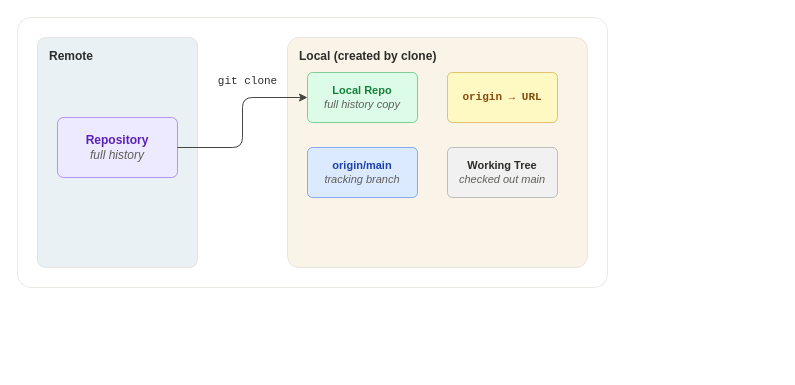
Earlier version of the draw.io diagram assets/drawio/git-remote-clone.drawio (braboj/tutorial-git). Source tidied: cells renumbered, new cells numbered last; positions are measured from the earlier drawing's top-left corner, leaving out a move shared by most shapes. Both pictures are drawn from the tidied source at 100%, with x=0, y=0 at pixel (17, 17).
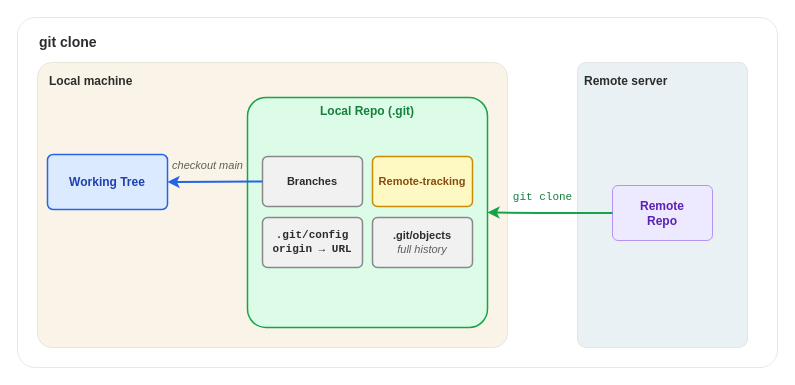
The same page after the edit.

Commit message (it also covers changes not shown here):
docs: rewrite Remote Repositories chapter with zoom-in diagrams

Change to the diagram source:
```diff
@@
 <mxGraphModel>
   <root>
     <mxCell id="0" />
     <mxCell id="1" parent="0" />
     <mxCell id="2" style="rounded=1;whiteSpace=wrap;html=1;fillColor=#FFFFFF;strokeColor=#D3D1C7;strokeWidth=0.5;shadow=0;arcSize=5;" parent="1" vertex="1">
-      <mxGeometry width="590" height="270" as="geometry" />
+      <mxGeometry width="760" height="350" as="geometry" />
     </mxCell>
+    <mxCell id="14" value="git clone" style="text;html=1;strokeColor=none;fillColor=none;align=left;verticalAlign=top;fontSize=14;fontStyle=1;fontColor=#2C2C2A;fontFamily=Helvetica;" parent="1" vertex="1">
+      <mxGeometry x="20" y="10" width="120" height="24" as="geometry" />
+    </mxCell>
+    <mxCell id="6" style="rounded=1;whiteSpace=wrap;html=1;fillColor=#FAF4E8;strokeColor=#D3D1C7;strokeWidth=0.5;shadow=0;arcSize=5;" parent="1" vertex="1">
+      <mxGeometry x="20" y="45" width="470" height="285" as="geometry" />
+    </mxCell>
+    <mxCell id="7" value="Local machine" style="text;html=1;strokeColor=none;fillColor=none;align=left;verticalAlign=top;fontSize=12;fontStyle=1;fontColor=#2C2C2A;fontFamily=Helvetica;" parent="1" vertex="1">
+      <mxGeometry x="30" y="50" width="240" height="20" as="geometry" />
+    </mxCell>
     <mxCell id="3" style="rounded=1;whiteSpace=wrap;html=1;fillColor=#EAF1F5;strokeColor=#D3D1C7;strokeWidth=0.5;shadow=0;arcSize=5;" parent="1" vertex="1">
-      <mxGeometry x="20" y="20" width="160" height="230" as="geometry" />
+      <mxGeometry x="560" y="45" width="170" height="285" as="geometry" />
     </mxCell>
-    <mxCell id="4" value="Remote" style="text;html=1;strokeColor=none;fillColor=none;align=left;verticalAlign=top;fontSize=12;fontStyle=1;fontColor=#2C2C2A;fontFamily=Helvetica;" parent="1" vertex="1">
-      <mxGeometry x="30" y="25" width="80" height="20" as="geometry" />
+    <mxCell id="4" value="Remote server" style="text;html=1;strokeColor=none;fillColor=none;align=left;verticalAlign=top;fontSize=12;fontStyle=1;fontColor=#2C2C2A;fontFamily=Helvetica;" parent="1" vertex="1">
+      <mxGeometry x="565" y="50" width="120" height="20" as="geometry" />
     </mxCell>
+    <mxCell id="11" value="Working Tree" style="rounded=1;whiteSpace=wrap;html=1;fillColor=#DBEAFE;strokeColor=#2563EB;strokeWidth=1.5;shadow=0;fontSize=12;fontStyle=1;fontColor=#1E40AF;fontFamily=Helvetica;verticalAlign=middle;align=center;arcSize=10;" parent="1" vertex="1">
+      <mxGeometry x="30" y="137" width="120" height="55" as="geometry" />
+    </mxCell>
+    <mxCell id="8" value="Local Repo (.git)" style="rounded=1;whiteSpace=wrap;html=1;fillColor=#DCFCE7;strokeColor=#16A34A;strokeWidth=1.5;shadow=0;fontSize=12;fontStyle=1;fontColor=#15803D;fontFamily=Helvetica;verticalAlign=top;align=center;arcSize=8;" parent="1" vertex="1">
+      <mxGeometry x="230" y="80" width="240" height="230" as="geometry" />
+    </mxCell>
+    <mxCell id="15" value="Branches" style="rounded=1;whiteSpace=wrap;html=1;fillColor=#F1F1F1;strokeColor=#888888;strokeWidth=1.5;shadow=0;fontSize=11;fontStyle=1;fontColor=#2C2C2A;fontFamily=Helvetica;verticalAlign=middle;align=center;arcSize=10;" parent="1" vertex="1">
+      <mxGeometry x="245" y="139" width="100" height="50" as="geometry" />
+    </mxCell>
+    <mxCell id="10" value="Remote-tracking" style="rounded=1;whiteSpace=wrap;html=1;fillColor=#FEF9C3;strokeColor=#CA8A04;strokeWidth=1.5;shadow=0;fontSize=11;fontStyle=1;fontColor=#854D0E;fontFamily=Helvetica;verticalAlign=middle;align=center;arcSize=10;" parent="1" vertex="1">
+      <mxGeometry x="355" y="139" width="100" height="50" as="geometry" />
+    </mxCell>
+    <mxCell id="9" value=".git/config&lt;br&gt;origin → URL" style="rounded=1;whiteSpace=wrap;html=1;fillColor=#F1F1F1;strokeColor=#888888;strokeWidth=1.5;shadow=0;fontSize=11;fontStyle=1;fontColor=#2C2C2A;fontFamily=Courier New;verticalAlign=middle;align=center;arcSize=10;" parent="1" vertex="1">
+      <mxGeometry x="245" y="200" width="100" height="50" as="geometry" />
+    </mxCell>
+    <mxCell id="16" value=".git/objects&lt;br&gt;&lt;i style=&quot;font-weight:normal;color:#5F5E5A&quot;&gt;full history&lt;/i&gt;" style="rounded=1;whiteSpace=wrap;html=1;fillColor=#F1F1F1;strokeColor=#888888;strokeWidth=1.5;shadow=0;fontSize=11;fontStyle=1;fontColor=#2C2C2A;fontFamily=Helvetica;verticalAlign=middle;align=center;arcSize=10;" parent="1" vertex="1">
+      <mxGeometry x="355" y="200" width="100" height="50" as="geometry" />
+    </mxCell>
-    <mxCell id="5" value="Repository&lt;br&gt;&lt;i style=&quot;font-weight:normal;color:#5F5E5A&quot;&gt;full history&lt;/i&gt;" style="rounded=1;whiteSpace=wrap;html=1;fillColor=#EDE9FE;strokeColor=#7C3AED;strokeWidth=0.5;shadow=0;fontSize=12;fontStyle=1;fontColor=#5B21B6;fontFamily=Helvetica;verticalAlign=middle;align=center;arcSize=10;" parent="1" vertex="1">
-      <mxGeometry x="40" y="100" width="120" height="60" as="geometry" />
+    <mxCell id="5" value="Remote&lt;br&gt;Repo" style="rounded=1;whiteSpace=wrap;html=1;fillColor=#EDE9FE;strokeColor=#7C3AED;strokeWidth=0.5;shadow=0;fontSize=12;fontStyle=1;fontColor=#5B21B6;fontFamily=Helvetica;verticalAlign=middle;align=center;arcSize=10;" parent="1" vertex="1">
+      <mxGeometry x="595" y="168" width="100" height="55" as="geometry" />
     </mxCell>
-    <mxCell id="6" style="rounded=1;whiteSpace=wrap;html=1;fillColor=#FAF4E8;strokeColor=#D3D1C7;strokeWidth=0.5;shadow=0;arcSize=5;" parent="1" vertex="1">
-      <mxGeometry x="270" y="20" width="300" height="230" as="geometry" />
-    </mxCell>
-    <mxCell id="7" value="Local (created by clone)" style="text;html=1;strokeColor=none;fillColor=none;align=left;verticalAlign=top;fontSize=12;fontStyle=1;fontColor=#2C2C2A;fontFamily=Helvetica;" parent="1" vertex="1">
-      <mxGeometry x="280" y="25" width="180" height="20" as="geometry" />
-    </mxCell>
-    <mxCell id="8" value="Local Repo&lt;br&gt;&lt;i style=&quot;font-weight:normal;color:#5F5E5A&quot;&gt;full history copy&lt;/i&gt;" style="rounded=1;whiteSpace=wrap;html=1;fillColor=#DCFCE7;strokeColor=#16A34A;strokeWidth=0.5;shadow=0;fontSize=11;fontStyle=1;fontColor=#15803D;fontFamily=Helvetica;verticalAlign=middle;align=center;arcSize=10;" parent="1" vertex="1">
-      <mxGeometry x="290" y="55" width="110" height="50" as="geometry" />
-    </mxCell>
-    <mxCell id="9" value="origin → URL" style="rounded=1;whiteSpace=wrap;html=1;fillColor=#FEF9C3;strokeColor=#CA8A04;strokeWidth=0.5;shadow=0;fontSize=11;fontStyle=1;fontColor=#854D0E;fontFamily=Courier New;verticalAlign=middle;align=center;arcSize=10;" parent="1" vertex="1">
-      <mxGeometry x="430" y="55" width="110" height="50" as="geometry" />
-    </mxCell>
-    <mxCell id="10" value="origin/main&lt;br&gt;&lt;i style=&quot;font-weight:normal;color:#5F5E5A&quot;&gt;tracking branch&lt;/i&gt;" style="rounded=1;whiteSpace=wrap;html=1;fillColor=#DBEAFE;strokeColor=#2563EB;strokeWidth=0.5;shadow=0;fontSize=11;fontStyle=1;fontColor=#1E40AF;fontFamily=Helvetica;verticalAlign=middle;align=center;arcSize=10;" parent="1" vertex="1">
-      <mxGeometry x="290" y="130" width="110" height="50" as="geometry" />
-    </mxCell>
-    <mxCell id="11" value="Working Tree&lt;br&gt;&lt;i style=&quot;font-weight:normal;color:#5F5E5A&quot;&gt;checked out main&lt;/i&gt;" style="rounded=1;whiteSpace=wrap;html=1;fillColor=#F1F1F1;strokeColor=#888888;strokeWidth=0.5;shadow=0;fontSize=11;fontStyle=1;fontColor=#2C2C2A;fontFamily=Helvetica;verticalAlign=middle;align=center;arcSize=10;" parent="1" vertex="1">
-      <mxGeometry x="430" y="130" width="110" height="50" as="geometry" />
-    </mxCell>
-    <mxCell id="12" style="endArrow=classic;html=1;strokeColor=#444441;strokeWidth=1;endFill=1;endSize=6;edgeStyle=orthogonalEdgeStyle;" parent="1" edge="1" source="5" target="8">
+    <mxCell id="12" style="endArrow=classic;html=1;strokeColor=#16A34A;strokeWidth=2;endFill=1;endSize=6;exitX=0;exitY=0.5;exitDx=0;exitDy=0;entryX=1;entryY=0.5;entryDx=0;entryDy=0;edgeStyle=orthogonalEdgeStyle;" parent="1" edge="1" source="5" target="8">
       <mxGeometry relative="1" as="geometry" />
     </mxCell>
-    <mxCell id="13" value="git clone" style="text;html=1;strokeColor=none;fillColor=none;align=center;verticalAlign=bottom;fontSize=11;fontStyle=0;fontColor=#2C2C2A;fontFamily=Courier New;" parent="1" vertex="1">
-      <mxGeometry x="190" y="55" width="80" height="18" as="geometry" />
+    <mxCell id="13" value="git clone" style="text;html=1;strokeColor=none;fillColor=none;align=center;verticalAlign=bottom;fontSize=11;fontStyle=0;fontColor=#15803D;fontFamily=Courier New;" parent="1" vertex="1">
+      <mxGeometry x="490" y="171" width="70" height="18" as="geometry" />
     </mxCell>
+    <mxCell id="17" style="endArrow=classic;html=1;strokeColor=#2563EB;strokeWidth=2;endFill=1;endSize=6;exitX=0;exitY=0.5;exitDx=0;exitDy=0;entryX=1;entryY=0.5;entryDx=0;entryDy=0;" parent="1" edge="1" source="15" target="11">
+      <mxGeometry relative="1" as="geometry" />
+    </mxCell>
+    <mxCell id="18" value="checkout main" style="text;html=1;strokeColor=none;fillColor=none;align=center;verticalAlign=bottom;fontSize=11;fontStyle=2;fontColor=#5F5E5A;fontFamily=Helvetica;" parent="1" vertex="1">
+      <mxGeometry x="140" y="139" width="100" height="18" as="geometry" />
+    </mxCell>
   </root>
 </mxGraphModel>
```
